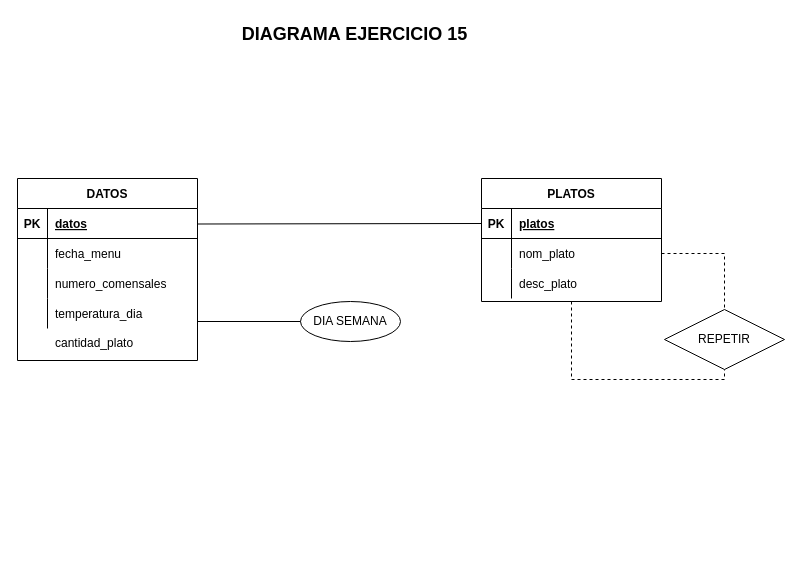
JuanMarinG/TA12_MYSQL keeps this draw.io diagram as ex15.drawio. Above is the earlier version. Source tidied: cells renumbered, new cells numbered last; positions are measured from the earlier drawing's top-left corner, leaving out a move shared by most shapes. Both pictures are drawn from the tidied source at 100%, with x=0, y=0 at pixel (17, 17).
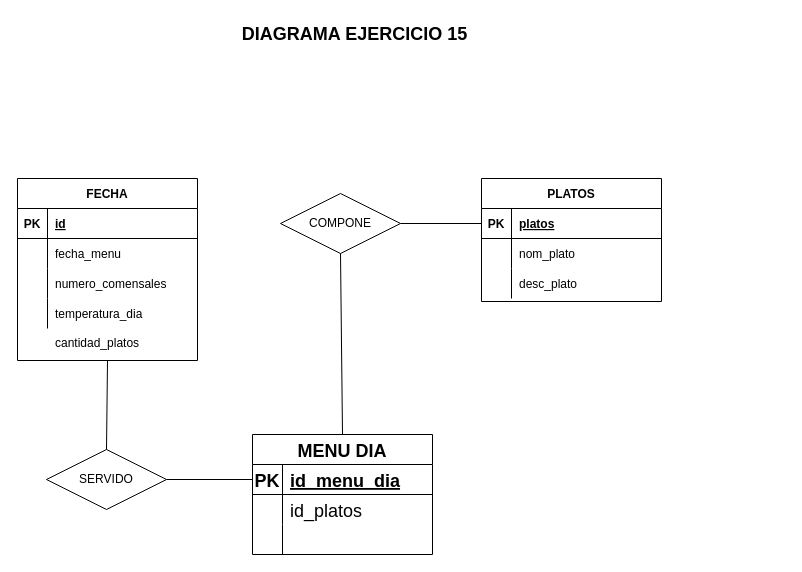
Above is the later version.

Commit message:
Actualizar estructura diagrama

Unchanged cells that the change refers to:
```xml
<mxCell id="3" style="shape=tableRow;horizontal=0;startSize=0;swimlaneHead=0;swimlaneBody=0;fillColor=none;top=0;left=0;right=0;bottom=1;" parent="2" vertex="1">
  <mxGeometry y="30" width="180" height="30" as="geometry" />
</mxCell>
<mxCell id="9" style="shape=tableRow;horizontal=0;startSize=0;swimlaneHead=0;swimlaneBody=0;fillColor=none;points=[[0,0.5],[1,0.5]];portConstraint=eastwest;top=0;left=0;right=0;bottom=0;" parent="2" vertex="1">
  <mxGeometry y="90" width="180" height="30" as="geometry" />
</mxCell>
<mxCell id="15" value="PLATOS" style="shape=table;startSize=30;childLayout=tableLayout;rowLines=0;fontStyle=1;align=center;" parent="1" vertex="1">
  <mxGeometry x="464" y="161" width="180" height="123" as="geometry" />
</mxCell>
<mxCell id="16" style="shape=tableRow;horizontal=0;startSize=0;swimlaneHead=0;swimlaneBody=0;fillColor=none;points=[[0,0.5],[1,0.5]];portConstraint=eastwest;top=0;left=0;right=0;bottom=1;" parent="15" vertex="1">
  <mxGeometry y="30" width="180" height="30" as="geometry" />
</mxCell>
<mxCell id="19" style="shape=tableRow;horizontal=0;startSize=0;swimlaneHead=0;swimlaneBody=0;fillColor=none;points=[[0,0.5],[1,0.5]];portConstraint=eastwest;top=0;left=0;right=0;bottom=0;" parent="15" vertex="1">
  <mxGeometry y="60" width="180" height="30" as="geometry" />
</mxCell>
```

Diff of the diagram source:
```diff
@@
-    <mxCell id="2" value="DATOS" style="shape=table;startSize=30;childLayout=tableLayout;rowLines=0;fontStyle=1;align=center;" parent="1" vertex="1">
+    <mxCell id="2" value="FECHA" style="shape=table;startSize=30;childLayout=tableLayout;rowLines=0;fontStyle=1;align=center;" parent="1" vertex="1">
       <mxGeometry y="161" width="180" height="182" as="geometry" />
     </mxCell>
@@
-    <mxCell id="5" value="datos" style="shape=partialRectangle;fillColor=none;top=0;left=0;bottom=0;right=0;align=left;spacingLeft=6;fontStyle=5;overflow=hidden;" parent="3" vertex="1">
+    <mxCell id="5" value="id" style="shape=partialRectangle;fillColor=none;top=0;left=0;bottom=0;right=0;align=left;spacingLeft=6;fontStyle=5;overflow=hidden;" parent="3" vertex="1">
       <mxGeometry x="30" width="150" height="30" as="geometry" />
     </mxCell>
@@
-    <mxCell id="25" value="REPETIR" style="shape=rhombus;perimeter=rhombusPerimeter;whiteSpace=wrap;html=1;align=center;" parent="1" vertex="1">
-      <mxGeometry x="647" y="292" width="120" height="60" as="geometry" />
-    </mxCell>
-    <mxCell id="26" value="DIA SEMANA" style="ellipse;whiteSpace=wrap;html=1;align=center;" parent="1" vertex="1">
-      <mxGeometry x="283" y="284" width="100" height="40" as="geometry" />
-    </mxCell>
-    <mxCell id="27" style="endArrow=none;html=1;rounded=0;exitX=0.5;exitY=1;exitDx=0;exitDy=0;entryX=0.5;entryY=1;entryDx=0;entryDy=0;edgeStyle=orthogonalEdgeStyle;dashed=1;" parent="1" edge="1" source="15" target="25">
-      <mxGeometry relative="1" as="geometry" />
-    </mxCell>
@@
-    <mxCell id="30" style="shape=tableRow;horizontal=0;startSize=0;swimlaneHead=0;swimlaneBody=0;fillColor=none;top=0;left=0;right=0;bottom=0;" parent="1" vertex="1">
-      <mxGeometry y="338" width="180" height="30" as="geometry" />
-    </mxCell>
-    <mxCell id="31" style="shape=partialRectangle;fillColor=none;top=0;left=0;bottom=0;right=0;overflow=hidden;" parent="30" vertex="1">
-      <mxGeometry width="30" height="30" as="geometry" />
-    </mxCell>
-    <mxCell id="32" style="shape=tableRow;horizontal=0;startSize=0;swimlaneHead=0;swimlaneBody=0;fillColor=none;top=0;left=0;right=0;bottom=0;" parent="1" vertex="1">
-      <mxGeometry y="369" width="180" height="30" as="geometry" />
-    </mxCell>
-    <mxCell id="33" style="shape=partialRectangle;fillColor=none;top=0;left=0;bottom=0;right=0;overflow=hidden;" parent="32" vertex="1">
-      <mxGeometry width="30" height="30" as="geometry" />
-    </mxCell>
-    <mxCell id="34" style="endArrow=none;html=1;rounded=0;dashed=1;exitX=1;exitY=0.5;exitDx=0;exitDy=0;entryX=0.5;entryY=0;entryDx=0;entryDy=0;edgeStyle=orthogonalEdgeStyle;" parent="1" edge="1" source="19" target="25">
-      <mxGeometry relative="1" as="geometry" />
-    </mxCell>
-    <mxCell id="35" style="endArrow=none;html=1;rounded=0;entryX=0;entryY=0.5;entryDx=0;entryDy=0;exitX=1;exitY=0.25;exitDx=0;exitDy=0;" parent="1" edge="1" source="2" target="16">
+    <mxCell id="35" style="endArrow=none;html=1;rounded=0;entryX=0;entryY=0.5;entryDx=0;entryDy=0;exitX=1;exitY=0.5;exitDx=0;exitDy=0;startArrow=none;" parent="1" edge="1" source="39" target="16">
       <mxGeometry relative="1" as="geometry" />
     </mxCell>
-    <mxCell id="36" style="endArrow=none;html=1;rounded=0;entryX=0;entryY=0.5;entryDx=0;entryDy=0;exitX=1;exitY=0.5;exitDx=0;exitDy=0;edgeStyle=orthogonalEdgeStyle;" parent="1" edge="1" source="9" target="26">
-      <mxGeometry relative="1" as="geometry">
-        <Array as="points">
-          <mxPoint x="180" y="304" />
-        </Array>
-      </mxGeometry>
-    </mxCell>
-    <mxCell id="37" value="cantidad_plato" style="shape=partialRectangle;fillColor=none;top=0;left=0;bottom=0;right=0;align=left;spacingLeft=6;overflow=hidden;" parent="1" vertex="1">
+    <mxCell id="37" value="cantidad_platos" style="shape=partialRectangle;fillColor=none;top=0;left=0;bottom=0;right=0;align=left;spacingLeft=6;overflow=hidden;" parent="1" vertex="1">
       <mxGeometry x="30" y="310" width="150" height="30" as="geometry" />
     </mxCell>
@@
+    <mxCell id="39" value="COMPONE" style="shape=rhombus;perimeter=rhombusPerimeter;whiteSpace=wrap;html=1;align=center;" parent="1" vertex="1">
+      <mxGeometry x="263" y="176" width="120" height="60" as="geometry" />
+    </mxCell>
+    <mxCell id="40" value="MENU DIA" style="shape=table;startSize=30;childLayout=tableLayout;rowLines=0;fontStyle=1;align=center;fontSize=18;" parent="1" vertex="1">
+      <mxGeometry x="235" y="417" width="180" height="120" as="geometry" />
+    </mxCell>
+    <mxCell id="41" style="shape=tableRow;horizontal=0;startSize=0;swimlaneHead=0;swimlaneBody=0;fillColor=none;points=[[0,0.5],[1,0.5]];portConstraint=eastwest;top=0;left=0;right=0;bottom=1;fontSize=18;" parent="40" vertex="1">
+      <mxGeometry y="30" width="180" height="30" as="geometry" />
+    </mxCell>
+    <mxCell id="42" value="PK" style="shape=partialRectangle;fillColor=none;top=0;left=0;bottom=0;right=0;fontStyle=1;overflow=hidden;fontSize=18;" parent="41" vertex="1">
+      <mxGeometry width="30" height="30" as="geometry" />
+    </mxCell>
+    <mxCell id="43" value="id_menu_dia" style="shape=partialRectangle;fillColor=none;top=0;left=0;bottom=0;right=0;align=left;spacingLeft=6;fontStyle=5;overflow=hidden;fontSize=18;" parent="41" vertex="1">
+      <mxGeometry x="30" width="150" height="30" as="geometry" />
+    </mxCell>
+    <mxCell id="44" style="shape=tableRow;horizontal=0;startSize=0;swimlaneHead=0;swimlaneBody=0;fillColor=none;top=0;left=0;right=0;bottom=0;fontSize=18;" parent="40" vertex="1">
+      <mxGeometry y="60" width="180" height="30" as="geometry" />
+    </mxCell>
+    <mxCell id="45" style="shape=partialRectangle;fillColor=none;top=0;left=0;bottom=0;right=0;overflow=hidden;fontSize=18;" parent="44" vertex="1">
+      <mxGeometry width="30" height="30" as="geometry" />
+    </mxCell>
+    <mxCell id="46" value="id_platos" style="shape=partialRectangle;fillColor=none;top=0;left=0;bottom=0;right=0;align=left;spacingLeft=6;overflow=hidden;fontSize=18;" parent="44" vertex="1">
+      <mxGeometry x="30" width="150" height="30" as="geometry" />
+    </mxCell>
+    <mxCell id="47" style="shape=tableRow;horizontal=0;startSize=0;swimlaneHead=0;swimlaneBody=0;fillColor=none;top=0;left=0;right=0;bottom=0;fontSize=18;" parent="40" vertex="1">
+      <mxGeometry y="90" width="180" height="30" as="geometry" />
+    </mxCell>
+    <mxCell id="48" style="shape=partialRectangle;fillColor=none;top=0;left=0;bottom=0;right=0;overflow=hidden;fontSize=18;" parent="47" vertex="1">
+      <mxGeometry width="30" height="30" as="geometry" />
+    </mxCell>
+    <mxCell id="49" style="shape=partialRectangle;fillColor=none;top=0;left=0;bottom=0;right=0;align=left;spacingLeft=6;overflow=hidden;fontSize=18;" parent="47" vertex="1">
+      <mxGeometry x="30" width="150" height="30" as="geometry" />
+    </mxCell>
+    <mxCell id="50" style="endArrow=none;html=1;rounded=0;fontSize=18;entryX=0.5;entryY=1;entryDx=0;entryDy=0;exitX=0.5;exitY=0;exitDx=0;exitDy=0;" parent="1" edge="1" source="40" target="39">
+      <mxGeometry relative="1" as="geometry" />
+    </mxCell>
+    <mxCell id="51" value="SERVIDO" style="shape=rhombus;perimeter=rhombusPerimeter;whiteSpace=wrap;html=1;align=center;" parent="1" vertex="1">
+      <mxGeometry x="29" y="432" width="120" height="60" as="geometry" />
+    </mxCell>
+    <mxCell id="52" style="endArrow=none;html=1;rounded=0;fontSize=18;entryX=0;entryY=0.5;entryDx=0;entryDy=0;exitX=1;exitY=0.5;exitDx=0;exitDy=0;" parent="1" edge="1" source="51" target="41">
+      <mxGeometry relative="1" as="geometry" />
+    </mxCell>
+    <mxCell id="53" style="endArrow=none;html=1;rounded=0;fontSize=18;exitX=0.5;exitY=1;exitDx=0;exitDy=0;entryX=0.5;entryY=0;entryDx=0;entryDy=0;" parent="1" edge="1" source="2" target="51">
+      <mxGeometry relative="1" as="geometry" />
+    </mxCell>
```
